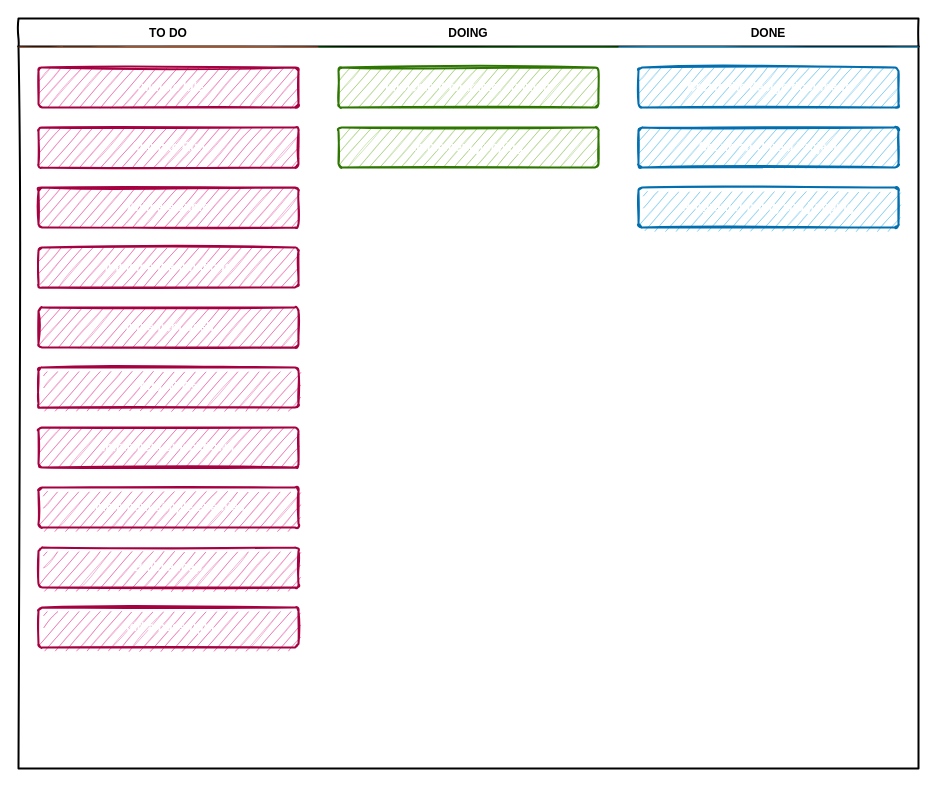
The draw.io diagram Documentation/Kanban Table.drawio in SpatiumOwl/DesAdventure, before the edit. Source tidied: cells renumbered, new cells numbered last; positions are measured from the earlier drawing's top-left corner, leaving out a move shared by most shapes. Both pictures are drawn from the tidied source at 100%, with x=0, y=0 at pixel (18, 18).
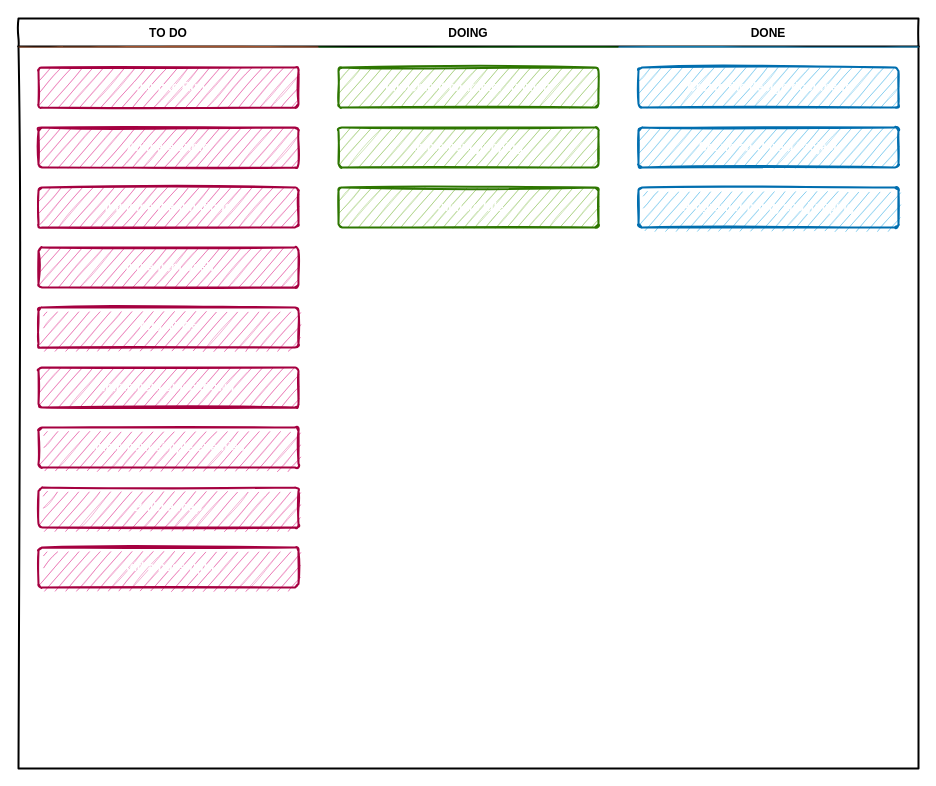
The same page after the edit.

The change refers to these unchanged cells:
```xml
<mxCell id="3" value="TO DO" style="swimlane;strokeWidth=2;fontFamily=Permanent Marker;html=0;startSize=1;verticalAlign=bottom;spacingBottom=5;stackBorder=20;sketch=1;strokeColor=none;fillStyle=solid;fillColor=#A0522D;" parent="2" vertex="1">
  <mxGeometry y="28" width="300" height="722" as="geometry" />
</mxCell>
<mxCell id="14" value="DOING" style="swimlane;strokeWidth=2;fontFamily=Permanent Marker;html=0;startSize=1;verticalAlign=bottom;spacingBottom=5;stackBorder=20;sketch=1;strokeColor=none;fillStyle=solid;fillColor=#006600;" parent="2" vertex="1">
  <mxGeometry x="300" y="28" width="300" height="722" as="geometry" />
</mxCell>
```

Diff of the diagram source:
```diff
@@
-    <mxCell id="4" value="Animate Idle" style="whiteSpace=wrap;html=1;strokeWidth=2;fillColor=#d80073;fontStyle=1;spacingTop=0;rounded=1;arcSize=9;sketch=1;fontFamily=Permanent Marker;hachureGap=8;fillWeight=1;strokeColor=#A50040;fillOpacity=30;fontColor=#ffffff;" parent="3" vertex="1">
-      <mxGeometry x="20" y="21" width="260" height="40" as="geometry" />
-    </mxCell>
     <mxCell id="5" value="Animate Run" style="whiteSpace=wrap;html=1;strokeWidth=2;fillColor=#d80073;fontStyle=1;spacingTop=0;rounded=1;arcSize=9;sketch=1;fontFamily=Permanent Marker;hachureGap=8;fillWeight=1;strokeColor=#A50040;fillOpacity=30;fontColor=#ffffff;" parent="3" vertex="1">
-      <mxGeometry x="20" y="81" width="260" height="40" as="geometry" />
+      <mxGeometry x="20" y="21" width="260" height="40" as="geometry" />
     </mxCell>
     <mxCell id="6" value="Animate Jump" style="whiteSpace=wrap;html=1;strokeWidth=2;fillColor=#d80073;fontStyle=1;spacingTop=0;rounded=1;arcSize=9;sketch=1;fontFamily=Permanent Marker;hachureGap=8;fillWeight=1;strokeColor=#A50040;fillOpacity=30;fontColor=#ffffff;" parent="3" vertex="1">
-      <mxGeometry x="20" y="141" width="260" height="40" as="geometry" />
+      <mxGeometry x="20" y="81" width="260" height="40" as="geometry" />
     </mxCell>
     <mxCell id="7" value="Implement animations" style="whiteSpace=wrap;html=1;strokeWidth=2;fillColor=#d80073;fontStyle=1;spacingTop=0;rounded=1;arcSize=9;sketch=1;fontFamily=Permanent Marker;hachureGap=8;fillWeight=1;strokeColor=#A50040;shadow=0;fillOpacity=30;strokeOpacity=100;fontColor=#ffffff;" parent="3" vertex="1">
-      <mxGeometry x="20" y="201" width="260" height="40" as="geometry" />
+      <mxGeometry x="20" y="141" width="260" height="40" as="geometry" />
     </mxCell>
     <mxCell id="8" value="Implement dash" style="whiteSpace=wrap;html=1;strokeWidth=2;fillColor=#d80073;fontStyle=1;spacingTop=0;rounded=1;arcSize=9;sketch=1;fontFamily=Permanent Marker;hachureGap=8;fillWeight=1;strokeColor=#A50040;shadow=0;fillOpacity=30;strokeOpacity=100;fontColor=#ffffff;" parent="3" vertex="1">
-      <mxGeometry x="20" y="261" width="260" height="40" as="geometry" />
+      <mxGeometry x="20" y="201" width="260" height="40" as="geometry" />
     </mxCell>
     <mxCell id="9" value="Add NPCs" style="whiteSpace=wrap;html=1;strokeWidth=2;fillColor=#d80073;fontStyle=1;spacingTop=0;rounded=1;arcSize=9;sketch=1;fontFamily=Permanent Marker;hachureGap=8;fillWeight=1;strokeColor=#A50040;shadow=0;fillOpacity=30;strokeOpacity=100;fontColor=#ffffff;" parent="3" vertex="1">
-      <mxGeometry x="20" y="321" width="260" height="40" as="geometry" />
+      <mxGeometry x="20" y="261" width="260" height="40" as="geometry" />
     </mxCell>
     <mxCell id="10" value="Implement smackdown" style="whiteSpace=wrap;html=1;strokeWidth=2;fillColor=#d80073;fontStyle=1;spacingTop=0;rounded=1;arcSize=9;sketch=1;fontFamily=Permanent Marker;hachureGap=8;fillWeight=1;strokeColor=#A50040;shadow=0;fillOpacity=30;strokeOpacity=100;fontColor=#ffffff;" parent="3" vertex="1">
-      <mxGeometry x="20" y="381" width="260" height="40" as="geometry" />
+      <mxGeometry x="20" y="321" width="260" height="40" as="geometry" />
     </mxCell>
     <mxCell id="11" value="Implement simple enemies" style="whiteSpace=wrap;html=1;strokeWidth=2;fillColor=#d80073;fontStyle=1;spacingTop=0;rounded=1;arcSize=9;sketch=1;fontFamily=Permanent Marker;hachureGap=8;fillWeight=1;strokeColor=#A50040;shadow=0;fillOpacity=30;strokeOpacity=100;fontColor=#ffffff;" parent="3" vertex="1">
-      <mxGeometry x="20" y="441" width="260" height="40" as="geometry" />
+      <mxGeometry x="20" y="381" width="260" height="40" as="geometry" />
     </mxCell>
     <mxCell id="12" value="Build a map" style="whiteSpace=wrap;html=1;strokeWidth=2;fillColor=#d80073;fontStyle=1;spacingTop=0;rounded=1;arcSize=9;sketch=1;fontFamily=Permanent Marker;hachureGap=8;fillWeight=1;strokeColor=#A50040;shadow=0;fillOpacity=30;strokeOpacity=100;fontColor=#ffffff;" parent="3" vertex="1">
-      <mxGeometry x="20" y="501" width="260" height="40" as="geometry" />
+      <mxGeometry x="20" y="441" width="260" height="40" as="geometry" />
     </mxCell>
     <mxCell id="13" value="Add a boss fight" style="whiteSpace=wrap;html=1;strokeWidth=2;fillColor=#d80073;fontStyle=1;spacingTop=0;rounded=1;arcSize=9;sketch=1;fontFamily=Permanent Marker;hachureGap=8;fillWeight=1;strokeColor=#A50040;shadow=0;fillOpacity=30;strokeOpacity=100;fontColor=#ffffff;" parent="3" vertex="1">
-      <mxGeometry x="20" y="561" width="260" height="40" as="geometry" />
+      <mxGeometry x="20" y="501" width="260" height="40" as="geometry" />
     </mxCell>
@@
+    <mxCell id="4" value="Animate Idle" style="whiteSpace=wrap;html=1;strokeWidth=2;fillColor=#60a917;fontStyle=1;spacingTop=0;rounded=1;arcSize=9;sketch=1;fontFamily=Permanent Marker;hachureGap=8;fillWeight=1;strokeColor=#2D7600;fillOpacity=30;fontColor=#ffffff;" parent="14" vertex="1">
+      <mxGeometry x="20" y="141" width="260" height="40" as="geometry" />
+    </mxCell>
```
